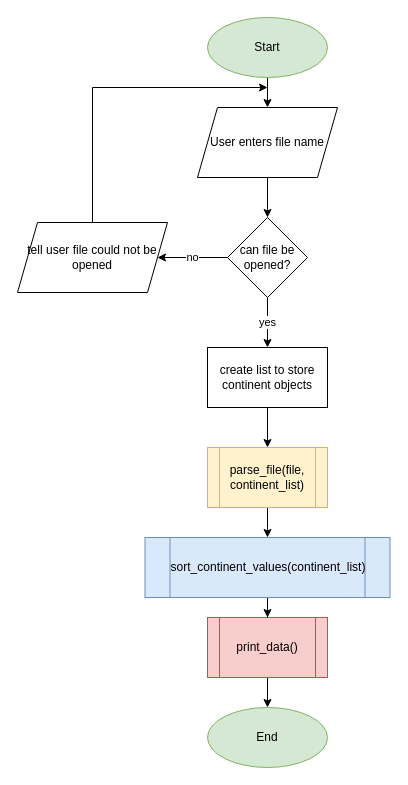
Above: page "main" (1 of 5) of Continental_Data_Flowchart.drawio in Joel-Vernon-98/Continental_Data (draw.io), before the change. Source tidied: cells renumbered, new cells numbered last; positions are measured from the earlier drawing's top-left corner, leaving out a move shared by most shapes. Both pictures are drawn from the tidied source at 100%, with x=0, y=0 at pixel (17, 17).
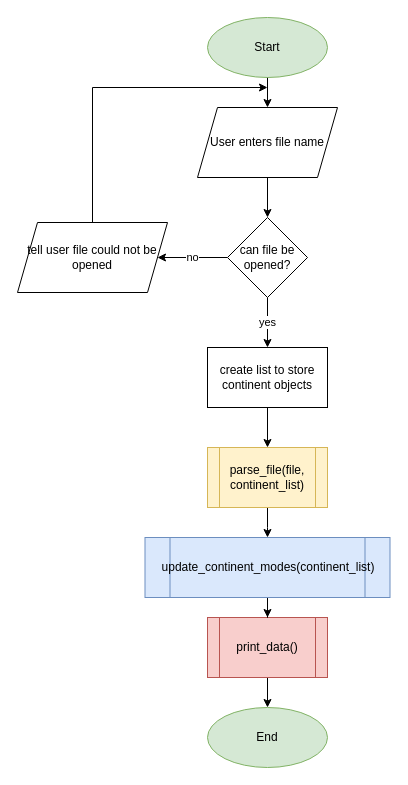
The same page after the edit.

The edit, as a diff of the source:
```diff
@@
-    <mxCell id="19" value="sort_continent_values(continent_list)" style="shape=process;whiteSpace=wrap;html=1;backgroundOutline=1;fillColor=#dae8fc;strokeColor=#6c8ebf;" parent="1" vertex="1">
+    <mxCell id="19" value="update_continent_modes(continent_list)" style="shape=process;whiteSpace=wrap;html=1;backgroundOutline=1;fillColor=#dae8fc;strokeColor=#6c8ebf;" parent="1" vertex="1">
       <mxGeometry x="127.5" y="520" width="245" height="60" as="geometry" />
     </mxCell>
```
